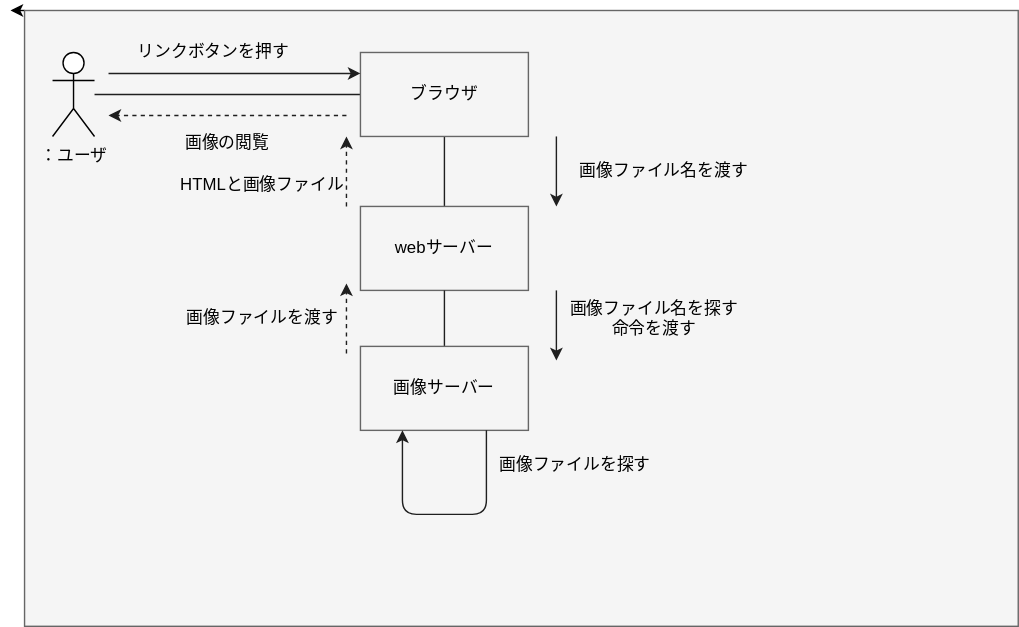
Before: 演習5-1_CD_Web画像検索.drawio.svg, a diagram exported from draw.io (youryota/uml-introduction). Source tidied: cells renumbered, new cells last; positions are measured from the earlier drawing's top-left corner, leaving out a move shared by most shapes.
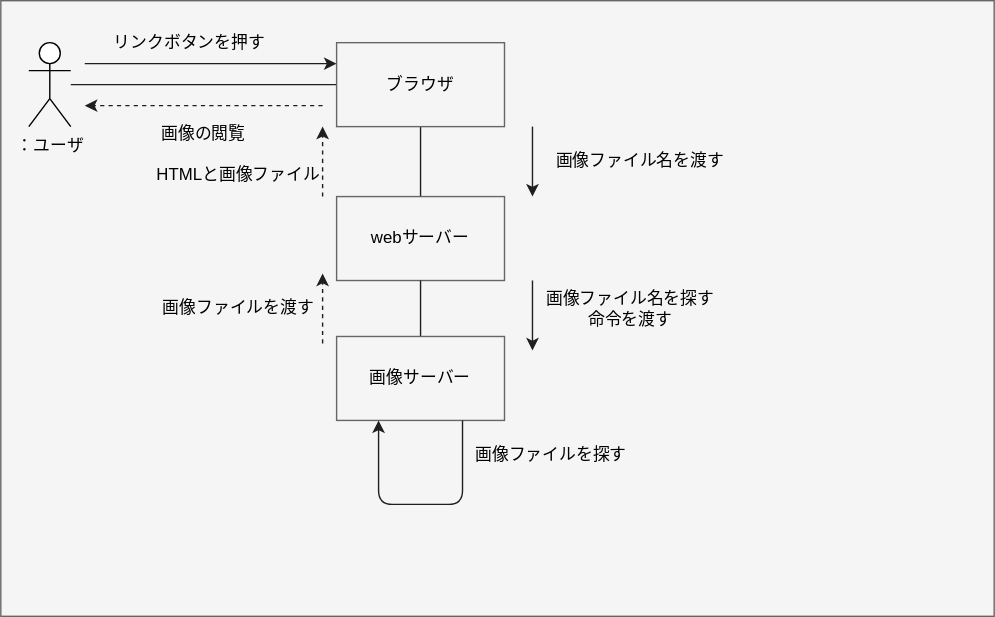
The same diagram one commit later.

What changed in the source:
```diff
@@ -2,11 +2,6 @@
   <root>
     <mxCell id="0" />
     <mxCell id="1" parent="0" />
-    <mxCell id="2" style="edgeStyle=none;html=1;exitX=0;exitY=0;exitDx=0;exitDy=0;" parent="1" edge="1" source="3">
-      <mxGeometry relative="1" as="geometry">
-        <mxPoint as="targetPoint" />
-      </mxGeometry>
-    </mxCell>
     <mxCell id="3" value="&lt;span style=&quot;color: rgba(0, 0, 0, 0); font-family: monospace; font-size: 0px; text-align: start;&quot;&gt;%3CmxGraphModel%3E%3Croot%3E%3CmxCell%20id%3D%220%22%2F%3E%3CmxCell%20id%3D%221%22%20parent%3D%220%22%2F%3E%3CmxCell%20id%3D%222%22%20value%3D%22%22%20style%3D%22rounded%3D0%3BwhiteSpace%3Dwrap%3Bhtml%3D1%3BstrokeColor%3D%23666666%3BfontColor%3D%23333333%3BfillColor%3D%23f5f5f5%3B%22%20vertex%3D%221%22%20parent%3D%221%22%3E%3CmxGeometry%20x%3D%2250%22%20y%3D%22130%22%20width%3D%2210%22%20height%3D%22140%22%20as%3D%22geometry%22%2F%3E%3C%2FmxCell%3E%3C%2Froot%3E%3C%2FmxGraphModel%3E&lt;/span&gt;&lt;span style=&quot;color: rgba(0, 0, 0, 0); font-family: monospace; font-size: 0px; text-align: start;&quot;&gt;%3CmxGraphModel%3E%3Croot%3E%3CmxCell%20id%3D%220%22%2F%3E%3CmxCell%20id%3D%221%22%20parent%3D%220%22%2F%3E%3CmxCell%20id%3D%222%22%20value%3D%22%22%20style%3D%22rounded%3D0%3BwhiteSpace%3Dwrap%3Bhtml%3D1%3BstrokeColor%3D%23666666%3BfontColor%3D%23333333%3BfillColor%3D%23f5f5f5%3B%22%20vertex%3D%221%22%20parent%3D%221%22%3E%3CmxGeometry%20x%3D%2250%22%20y%3D%22130%22%20width%3D%2210%22%20height%3D%22140%22%20as%3D%22geometry%22%2F%3E%3C%2FmxCell%3E%3C%2Froot%3E%3C%2FmxGraphModel%3E&lt;/span&gt;&lt;span style=&quot;color: rgba(0, 0, 0, 0); font-family: monospace; font-size: 0px; text-align: start;&quot;&gt;%3CmxGraphModel%3E%3Croot%3E%3CmxCell%20id%3D%220%22%2F%3E%3CmxCell%20id%3D%221%22%20parent%3D%220%22%2F%3E%3CmxCell%20id%3D%222%22%20value%3D%22%22%20style%3D%22rounded%3D0%3BwhiteSpace%3Dwrap%3Bhtml%3D1%3BstrokeColor%3D%23666666%3BfontColor%3D%23333333%3BfillColor%3D%23f5f5f5%3B%22%20vertex%3D%221%22%20parent%3D%221%22%3E%3CmxGeometry%20x%3D%2250%22%20y%3D%22130%22%20width%3D%2210%22%20height%3D%22140%22%20as%3D%22geometry%22%2F%3E%3C%2FmxCell%3E%3C%2Froot%3E%3C%2FmxGraphModel%3E&lt;/span&gt;&lt;span style=&quot;color: rgba(0, 0, 0, 0); font-family: monospace; font-size: 0px; text-align: start;&quot;&gt;%3CmxGraphModel%3E%3Croot%3E%3CmxCell%20id%3D%220%22%2F%3E%3CmxCell%20id%3D%221%22%20parent%3D%220%22%2F%3E%3CmxCell%20id%3D%222%22%20value%3D%22%22%20style%3D%22rounded%3D0%3BwhiteSpace%3Dwrap%3Bhtml%3D1%3BstrokeColor%3D%23666666%3BfontColor%3D%23333333%3BfillColor%3D%23f5f5f5%3B%22%20vertex%3D%221%22%20parent%3D%221%22%3E%3CmxGeometry%20x%3D%2250%22%20y%3D%22130%22%20width%3D%2210%22%20height%3D%22140%22%20as%3D%22geometry%22%2F%3E%3C%2FmxCell%3E%3C%2Froot%3E%3C%2FmxGraphModel%3E&lt;/span&gt;" style="rounded=0;whiteSpace=wrap;html=1;fillColor=#f5f5f5;strokeColor=#666666;fontColor=#333333;" parent="1" vertex="1">
       <mxGeometry x="10" width="710" height="440" as="geometry" />
     </mxCell>
```
